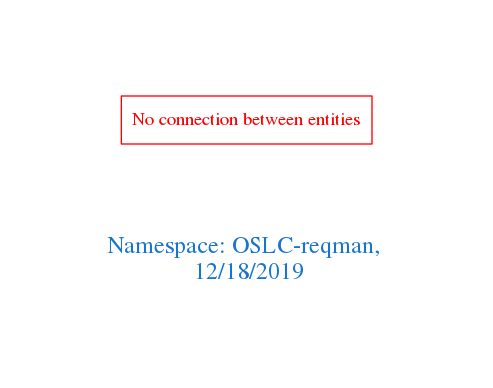
Above: downloads/OSLC-reqman.png in arago/OGIT (Graphviz), before the change. Its source is kept beside it as downloads/OSLC-reqman.dot.
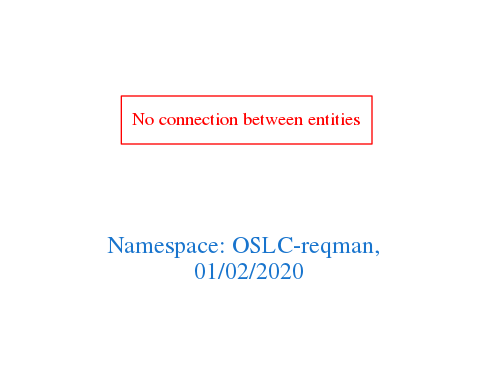
After the change.

Change to the diagram source:
```diff
@@ -1,7 +1,7 @@
 digraph OGIT_ontology {
  graph [ rankdir= LR,pad=1
 fontsize = 18,
-fontcolor= dodgerblue3,label = "\n\n\nNamespace: OSLC-reqman, \n 12/18/2019"];
+fontcolor= dodgerblue3,label = "\n\n\nNamespace: OSLC-reqman, \n 01/02/2020"];
 node[shape=polygon];
 edge [  color="gray81"];
 
```
